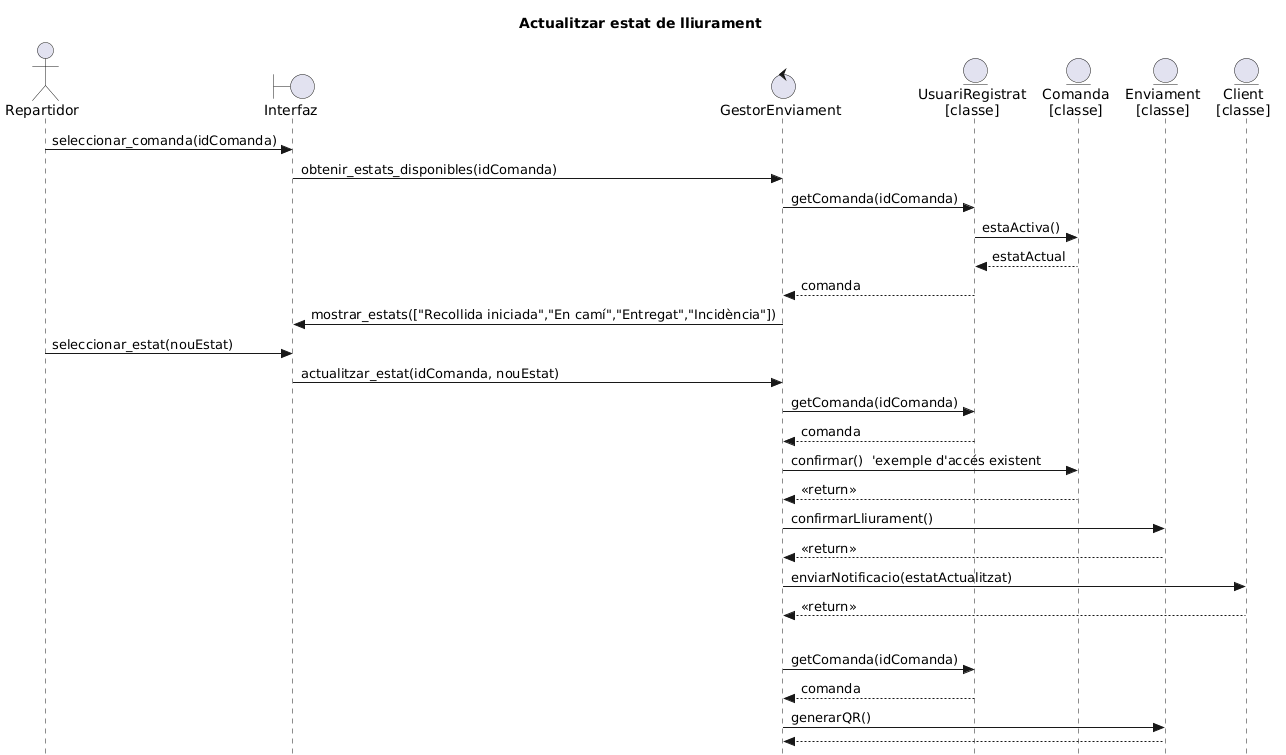
Before: documents/DiagramasDeSquencia/Actualitzar estat de lliurament.png, a diagram exported from PlantUML (tyGdev/ES26UAB-451-02). Source of this version:
```plantuml
@startuml
skinparam style strictuml
title Actualitzar estat de lliurament

actor Repartidor
boundary Interfaz
control GestorEnviament
entity "UsuariRegistrat\n[classe]" as UsuariRegistrat
entity "Comanda\n[classe]" as Comanda
entity "Enviament\n[classe]" as Enviament
entity "Client\n[classe]" as Client


Repartidor -> Interfaz : seleccionar_comanda(idComanda)
Interfaz -> GestorEnviament : obtenir_estats_disponibles(idComanda)

GestorEnviament -> UsuariRegistrat : getComanda(idComanda)
UsuariRegistrat -> Comanda : estaActiva()
Comanda --> UsuariRegistrat : estatActual
UsuariRegistrat --> GestorEnviament : comanda

GestorEnviament -> Interfaz : mostrar_estats(["Recollida iniciada","En camí","Entregat","Incidència"])

Repartidor -> Interfaz : seleccionar_estat(nouEstat)
Interfaz -> GestorEnviament : actualitzar_estat(idComanda, nouEstat)

GestorEnviament -> UsuariRegistrat : getComanda(idComanda)
UsuariRegistrat --> GestorEnviament : comanda

GestorEnviament -> Comanda : confirmar()  'exemple d'accés existent
Comanda --> GestorEnviament : <<return>>

GestorEnviament -> Enviament : confirmarLliurament()
Enviament --> GestorEnviament : <<return>>

GestorEnviament -> Client : enviarNotificacio(estatActualitzat)
Client --> GestorEnviament : <<return>>

opt <font color=blue><b>client no disponible</b></font>
    GestorEnviament -> UsuariRegistrat : getComanda(idComanda)
    UsuariRegistrat --> GestorEnviament : comanda

    GestorEnviament -> Enviament : generarQR()
    Enviament --> GestorEnviament
@enduml
```
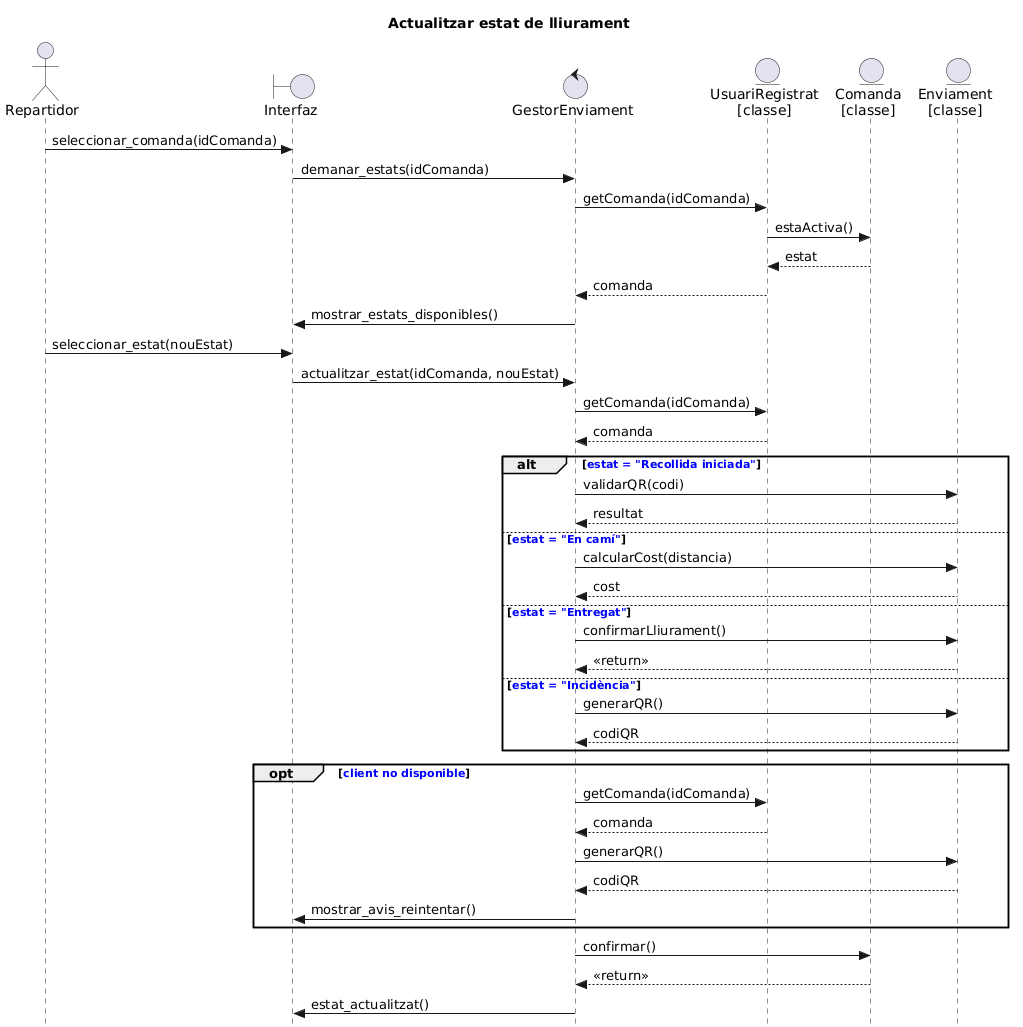
Above is the later version.

What changed in the source:
```diff
@@ -8,18 +8,16 @@
 entity "UsuariRegistrat\n[classe]" as UsuariRegistrat
 entity "Comanda\n[classe]" as Comanda
 entity "Enviament\n[classe]" as Enviament
-entity "Client\n[classe]" as Client
-
 
 Repartidor -> Interfaz : seleccionar_comanda(idComanda)
-Interfaz -> GestorEnviament : obtenir_estats_disponibles(idComanda)
+Interfaz -> GestorEnviament : demanar_estats(idComanda)
 
 GestorEnviament -> UsuariRegistrat : getComanda(idComanda)
 UsuariRegistrat -> Comanda : estaActiva()
-Comanda --> UsuariRegistrat : estatActual
+Comanda --> UsuariRegistrat : estat
 UsuariRegistrat --> GestorEnviament : comanda
 
-GestorEnviament -> Interfaz : mostrar_estats(["Recollida iniciada","En camí","Entregat","Incidència"])
+GestorEnviament -> Interfaz : mostrar_estats_disponibles()
 
 Repartidor -> Interfaz : seleccionar_estat(nouEstat)
 Interfaz -> GestorEnviament : actualitzar_estat(idComanda, nouEstat)
@@ -27,19 +25,35 @@
 GestorEnviament -> UsuariRegistrat : getComanda(idComanda)
 UsuariRegistrat --> GestorEnviament : comanda
 
-GestorEnviament -> Comanda : confirmar()  'exemple d'accés existent
-Comanda --> GestorEnviament : <<return>>
+alt <font color=blue><b>estat = "Recollida iniciada"</b></font>
+    GestorEnviament -> Enviament : validarQR(codi)
+    Enviament --> GestorEnviament : resultat
 
-GestorEnviament -> Enviament : confirmarLliurament()
-Enviament --> GestorEnviament : <<return>>
+else <font color=blue><b>estat = "En camí"</b></font>
+    GestorEnviament -> Enviament : calcularCost(distancia)
+    Enviament --> GestorEnviament : cost
 
-GestorEnviament -> Client : enviarNotificacio(estatActualitzat)
-Client --> GestorEnviament : <<return>>
+else <font color=blue><b>estat = "Entregat"</b></font>
+    GestorEnviament -> Enviament : confirmarLliurament()
+    Enviament --> GestorEnviament : <<return>>
+
+else <font color=blue><b>estat = "Incidència"</b></font>
+    GestorEnviament -> Enviament : generarQR()
+    Enviament --> GestorEnviament : codiQR
+end
 
 opt <font color=blue><b>client no disponible</b></font>
     GestorEnviament -> UsuariRegistrat : getComanda(idComanda)
     UsuariRegistrat --> GestorEnviament : comanda
 
     GestorEnviament -> Enviament : generarQR()
-    Enviament --> GestorEnviament
+    Enviament --> GestorEnviament : codiQR
+
+    GestorEnviament -> Interfaz : mostrar_avis_reintentar()
+end
+
+GestorEnviament -> Comanda : confirmar()
+Comanda --> GestorEnviament : <<return>>
+
+GestorEnviament -> Interfaz : estat_actualitzat()
 @enduml
```
